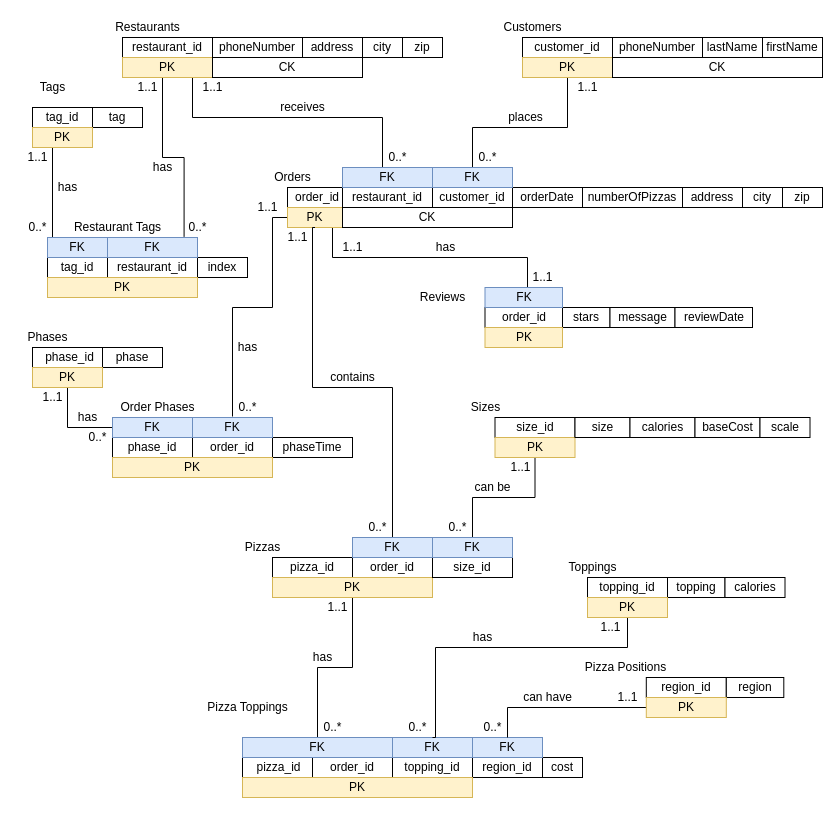
Earlier version of the draw.io diagram Prooject2_CECS_323_Relation_Scheme.drawio (JosephRice22/CECS323). Source tidied: cells renumbered, new cells numbered last; positions are measured from the earlier drawing's top-left corner, leaving out a move shared by most shapes. Both pictures are drawn from the tidied source at 100%, with x=0, y=0 at pixel (17, 17).
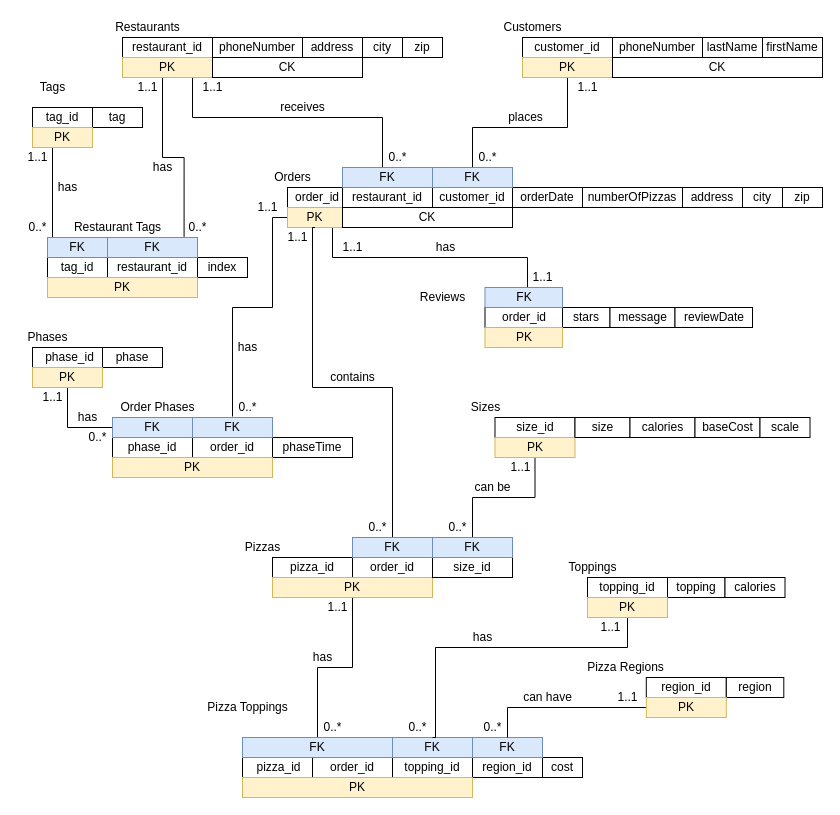
After the change.

What changed in the source:
```diff
@@
-    <mxCell id="118" value="Pizza Positions" style="text;html=1;align=center;verticalAlign=middle;strokeColor=none;fillColor=none;" parent="1" vertex="1">
-      <mxGeometry x="557.5" y="640" width="100" height="20" as="geometry" />
+    <mxCell id="118" value="Pizza Regions" style="text;html=1;align=center;verticalAlign=middle;strokeColor=none;fillColor=none;" parent="1" vertex="1">
+      <mxGeometry x="562.5" y="640" width="90" height="20" as="geometry" />
     </mxCell>
```
